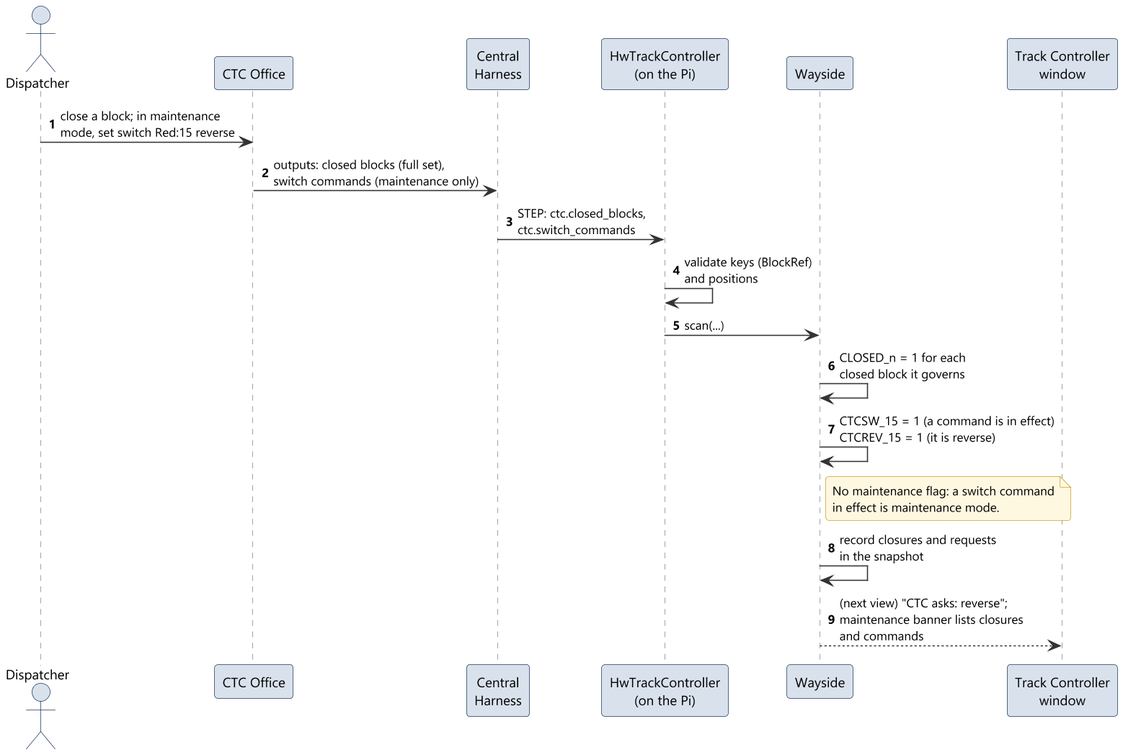
Landiss04/Track-Overflow keeps this PlantUML diagram as documents/uml/track_ctrl_hw/sd09_closures_switch_commands.png. Above is the earlier version. Source of this version:
```plantuml
@startuml sd09_closures_switch_commands
!include ../style.iuml
autonumber

actor Dispatcher as D
participant "CTC Office" as CTC
participant "Central\nHarness" as H
participant "HwTrackController\n(on the Pi)" as Ctrl
participant "Wayside" as W
participant "Track Controller\nwindow" as Win

D -> CTC : close a block; in maintenance\nmode, set switch Red:15 reverse
CTC -> H : outputs: closed blocks (full set),\nswitch commands (maintenance only)
H -> Ctrl : STEP: ctc.closed_blocks,\nctc.switch_commands
Ctrl -> Ctrl : validate keys (BlockRef)\nand positions
Ctrl -> W : scan(...)
W -> W : CLOSED_n = 1 for each\nclosed block it governs
W -> W : CTCSW_15 = 1 (a command is in effect)\nCTCREV_15 = 1 (it is reverse)
note right of W
  No maintenance flag: a switch command
  in effect is maintenance mode.
end note
W -> W : record closures and requests\nin the snapshot
W --> Win : (next view) "CTC asks: reverse";\nmaintenance banner lists closures\nand commands
@enduml
```
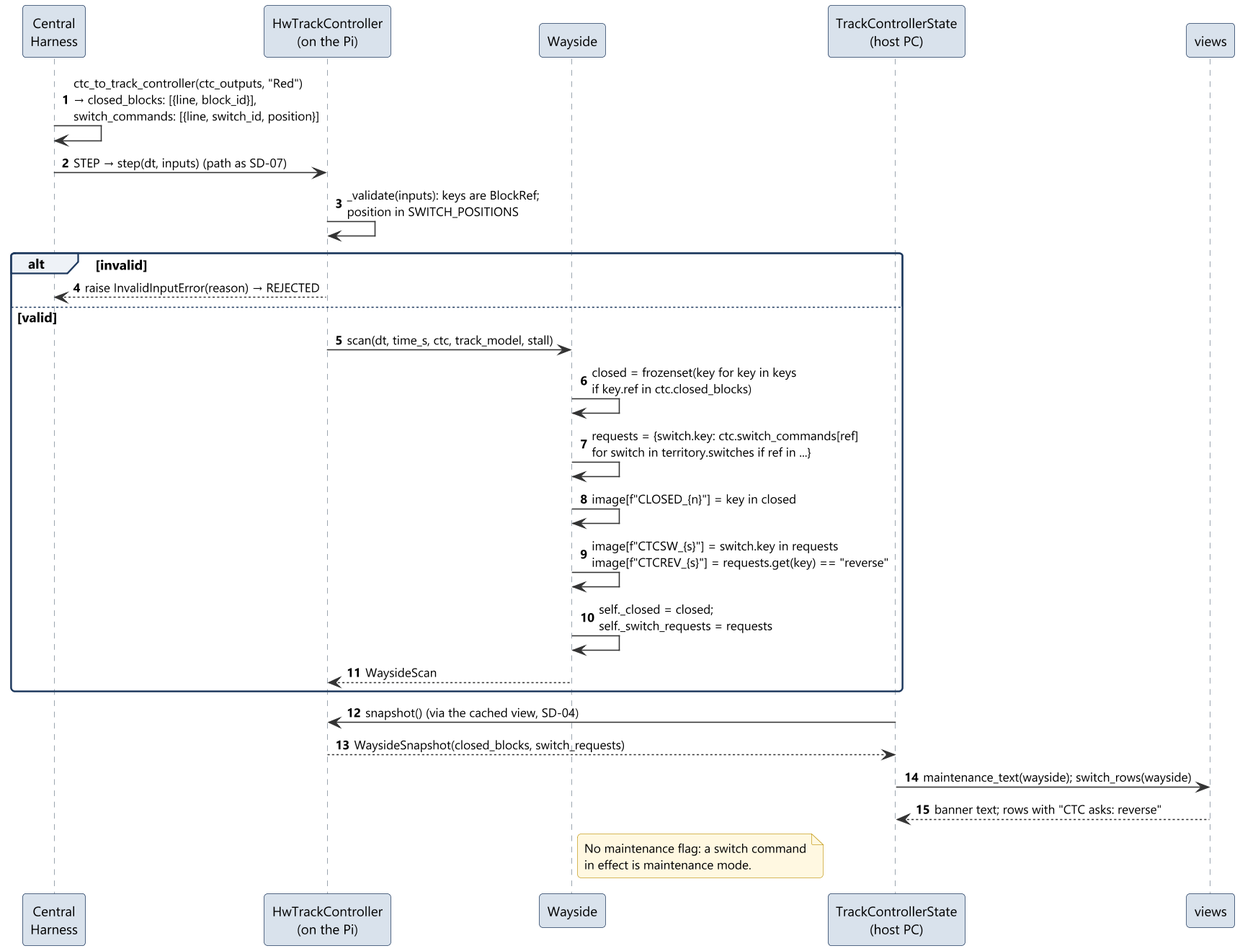
Above is the later version.

What changed in the source:
```diff
@@ -2,24 +2,32 @@
 !include ../style.iuml
 autonumber
 
-actor Dispatcher as D
-participant "CTC Office" as CTC
 participant "Central\nHarness" as H
 participant "HwTrackController\n(on the Pi)" as Ctrl
 participant "Wayside" as W
-participant "Track Controller\nwindow" as Win
+participant "TrackControllerState\n(host PC)" as State
+participant "views" as Views
 
-D -> CTC : close a block; in maintenance\nmode, set switch Red:15 reverse
-CTC -> H : outputs: closed blocks (full set),\nswitch commands (maintenance only)
-H -> Ctrl : STEP: ctc.closed_blocks,\nctc.switch_commands
-Ctrl -> Ctrl : validate keys (BlockRef)\nand positions
-Ctrl -> W : scan(...)
-W -> W : CLOSED_n = 1 for each\nclosed block it governs
-W -> W : CTCSW_15 = 1 (a command is in effect)\nCTCREV_15 = 1 (it is reverse)
+H -> H : ctc_to_track_controller(ctc_outputs, "Red")\n→ closed_blocks: [{line, block_id}],\nswitch_commands: [{line, switch_id, position}]
+H -> Ctrl : STEP → step(dt, inputs) (path as SD-07)
+Ctrl -> Ctrl : _validate(inputs): keys are BlockRef;\nposition in SWITCH_POSITIONS
+alt invalid
+  Ctrl --> H : raise InvalidInputError(reason) → REJECTED
+else valid
+  Ctrl -> W : scan(dt, time_s, ctc, track_model, stall)
+  W -> W : closed = frozenset(key for key in keys\nif key.ref in ctc.closed_blocks)
+  W -> W : requests = {switch.key: ctc.switch_commands[ref]\nfor switch in territory.switches if ref in ...}
+  W -> W : image[f"CLOSED_{n}"] = key in closed
+  W -> W : image[f"CTCSW_{s}"] = switch.key in requests\nimage[f"CTCREV_{s}"] = requests.get(key) == "reverse"
+  W -> W : self._closed = closed;\nself._switch_requests = requests
+  W --> Ctrl : WaysideScan
+end
+State -> Ctrl : snapshot() (via the cached view, SD-04)
+Ctrl --> State : WaysideSnapshot(closed_blocks, switch_requests)
+State -> Views : maintenance_text(wayside); switch_rows(wayside)
+Views --> State : banner text; rows with "CTC asks: reverse"
 note right of W
   No maintenance flag: a switch command
   in effect is maintenance mode.
 end note
-W -> W : record closures and requests\nin the snapshot
-W --> Win : (next view) "CTC asks: reverse";\nmaintenance banner lists closures\nand commands
 @enduml
```
